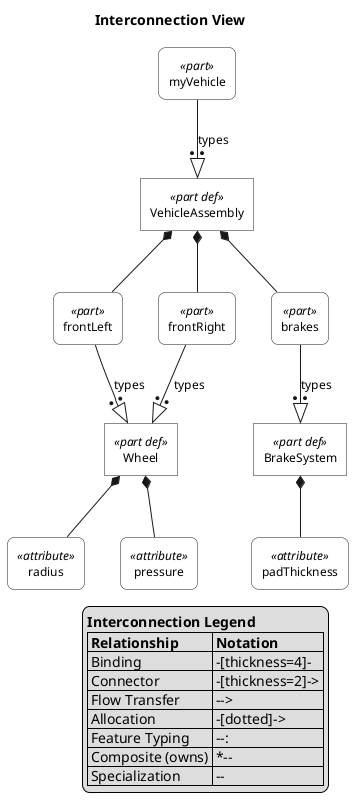
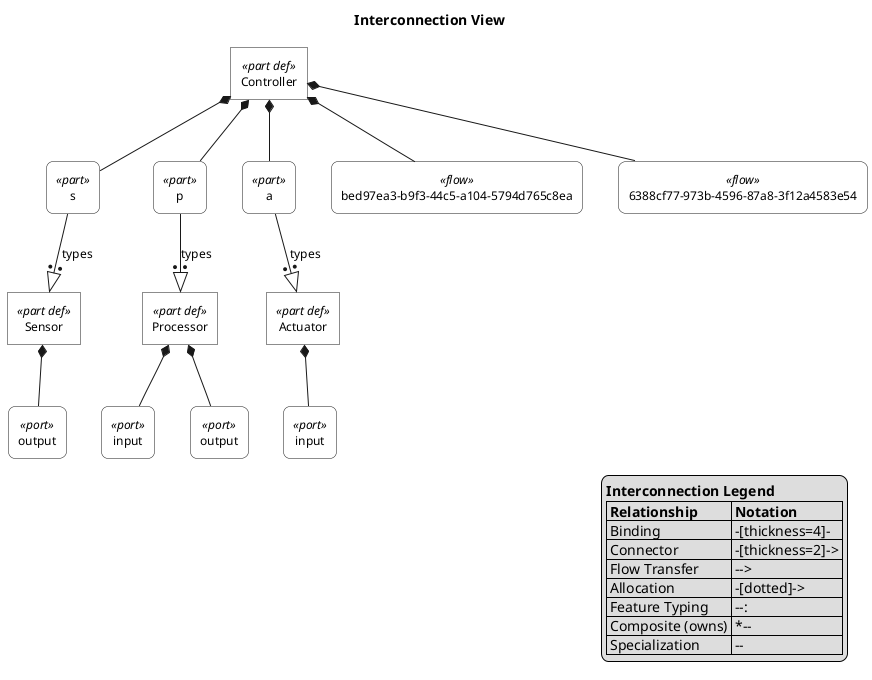
- '' Interconnection Diagram
- '' Focus on connectors, bindings, and flow paths between ports.
@startuml

skinparam monochrome true
skinparam wrapWidth 300
skinparam defaultFontSize 12
skinparam defaultFontName Helvetica

skinparam rectangle<<part def>> {
    RoundCorner 0
    BackgroundColor white
}
skinparam rectangle<<part>> {
    RoundCorner 15
    BackgroundColor white
}
skinparam rectangle<<port def>> {
    RoundCorner 0
    BackgroundColor white
}
skinparam rectangle<<port>> {
    RoundCorner 15
    BackgroundColor white
}
skinparam rectangle<<interface def>> {
    RoundCorner 0
    BackgroundColor white
}
skinparam rectangle<<interface>> {
    RoundCorner 15
    BackgroundColor white
}
skinparam rectangle<<item def>> {
    RoundCorner 0
    BackgroundColor white
}
skinparam rectangle<<item>> {
    RoundCorner 15
    BackgroundColor white
}
skinparam rectangle<<attribute def>> {
    RoundCorner 0
    BackgroundColor white
}
skinparam rectangle<<attribute>> {
    RoundCorner 15
    BackgroundColor white
}
skinparam rectangle<<connection def>> {
    RoundCorner 0
    BackgroundColor white
}
skinparam rectangle<<connection>> {
    RoundCorner 15
    BackgroundColor white
}
skinparam rectangle<<flow def>> {
    RoundCorner 0
    BackgroundColor white
}
skinparam rectangle<<flow>> {
    RoundCorner 15
    BackgroundColor white
}

top to bottom direction

title Interconnection View

hide circle

- rectangle "Wheel" as E1 <<part def>>
- rectangle "radius" as E2 <<attribute>>
- rectangle "pressure" as E3 <<attribute>>
- rectangle "BrakeSystem" as E4 <<part def>>
- rectangle "padThickness" as E5 <<attribute>>
- rectangle "VehicleAssembly" as E6 <<part def>>
- rectangle "frontLeft" as E7 <<part>>
- rectangle "frontRight" as E8 <<part>>
- rectangle "brakes" as E9 <<part>>
- rectangle "myVehicle" as E10 <<part>>
+ rectangle "Sensor" as E1 <<part def>>
+ rectangle "output" as E2 <<port>>
+ rectangle "Processor" as E3 <<part def>>
+ rectangle "input" as E4 <<port>>
+ rectangle "output" as E5 <<port>>
+ rectangle "Actuator" as E6 <<part def>>
+ rectangle "input" as E7 <<port>>
+ rectangle "Controller" as E8 <<part def>>
+ rectangle "s" as E9 <<part>>
+ rectangle "p" as E10 <<part>>
+ rectangle "a" as E11 <<part>>
+ rectangle "bed97ea3-b9f3-44c5-a104-5794d765c8ea" as E12 <<flow>>
+ rectangle "6388cf77-973b-4596-87a8-3f12a4583e54" as E13 <<flow>>

E1 *-- E2
- E1 *-- E3
- E4 *-- E5
+ E3 *-- E4
+ E3 *-- E5
E6 *-- E7
- E7 --:|> E1 : types
- E6 *-- E8
- E8 --:|> E1 : types
- E6 *-- E9
- E9 --:|> E4 : types
- E10 --:|> E6 : types
+ E8 *-- E9
+ E9 --:|> E1 : types
+ E8 *-- E10
+ E10 --:|> E3 : types
+ E8 *-- E11
+ E11 --:|> E6 : types
+ E8 *-- E12
+ E8 *-- E13


legend right
  <b>Interconnection Legend</b>
  |= Relationship |= Notation |
  | Binding | -[thickness=4]- |
  | Connector | -[thickness=2]-> |
  | Flow Transfer | --> |
  | Allocation | -[dotted]-> |
  | Feature Typing | --:|> |
  | Composite (owns) | *-- |
  | Specialization | --|> |
endlegend

@enduml